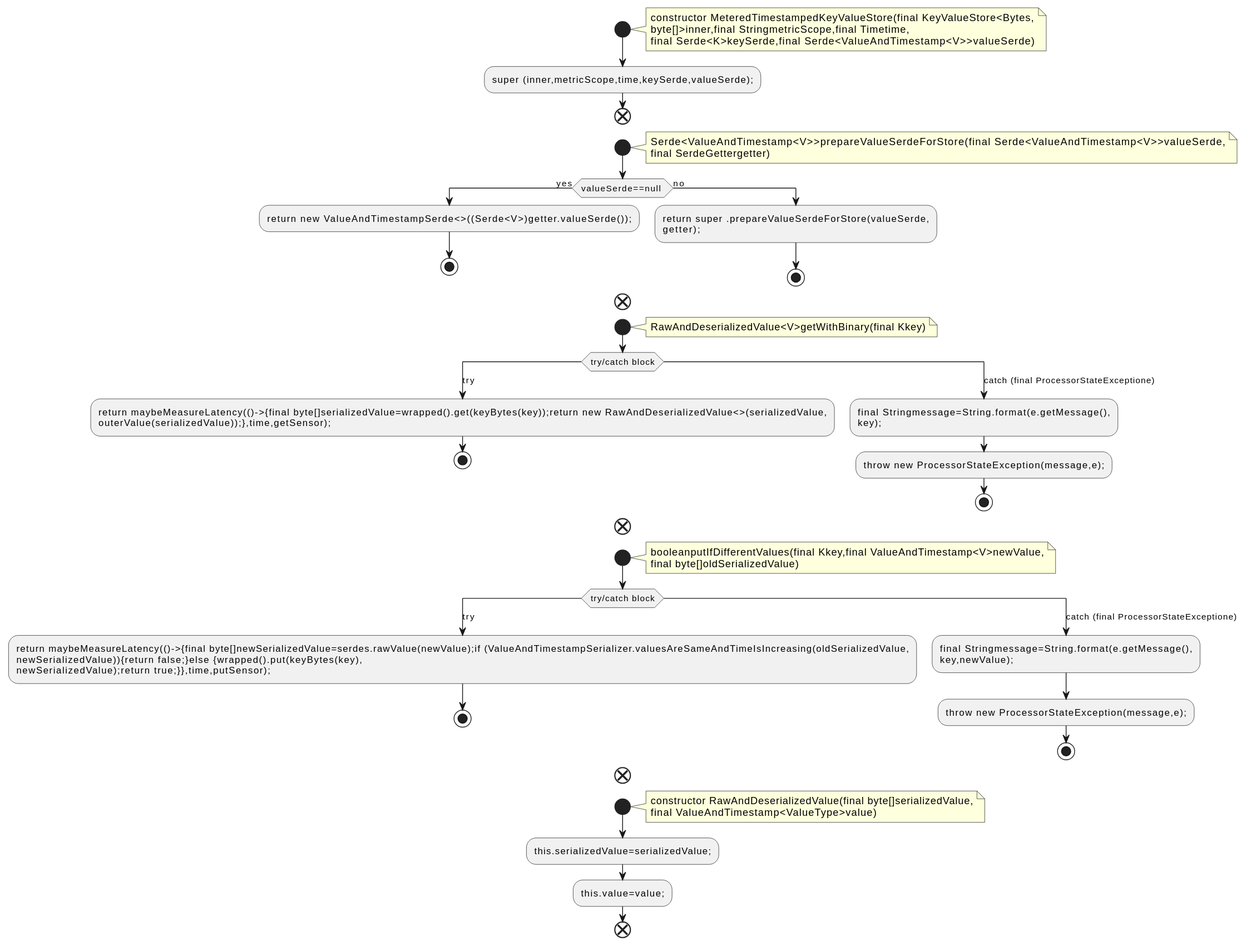
qualitesys/kafka keeps this PlantUML diagram as docs/qc/streams/src/main/java/org/apache/kafka/streams/state/internals/MeteredTimestampedKeyValueStore.java.fct.svg. Above is the earlier version.
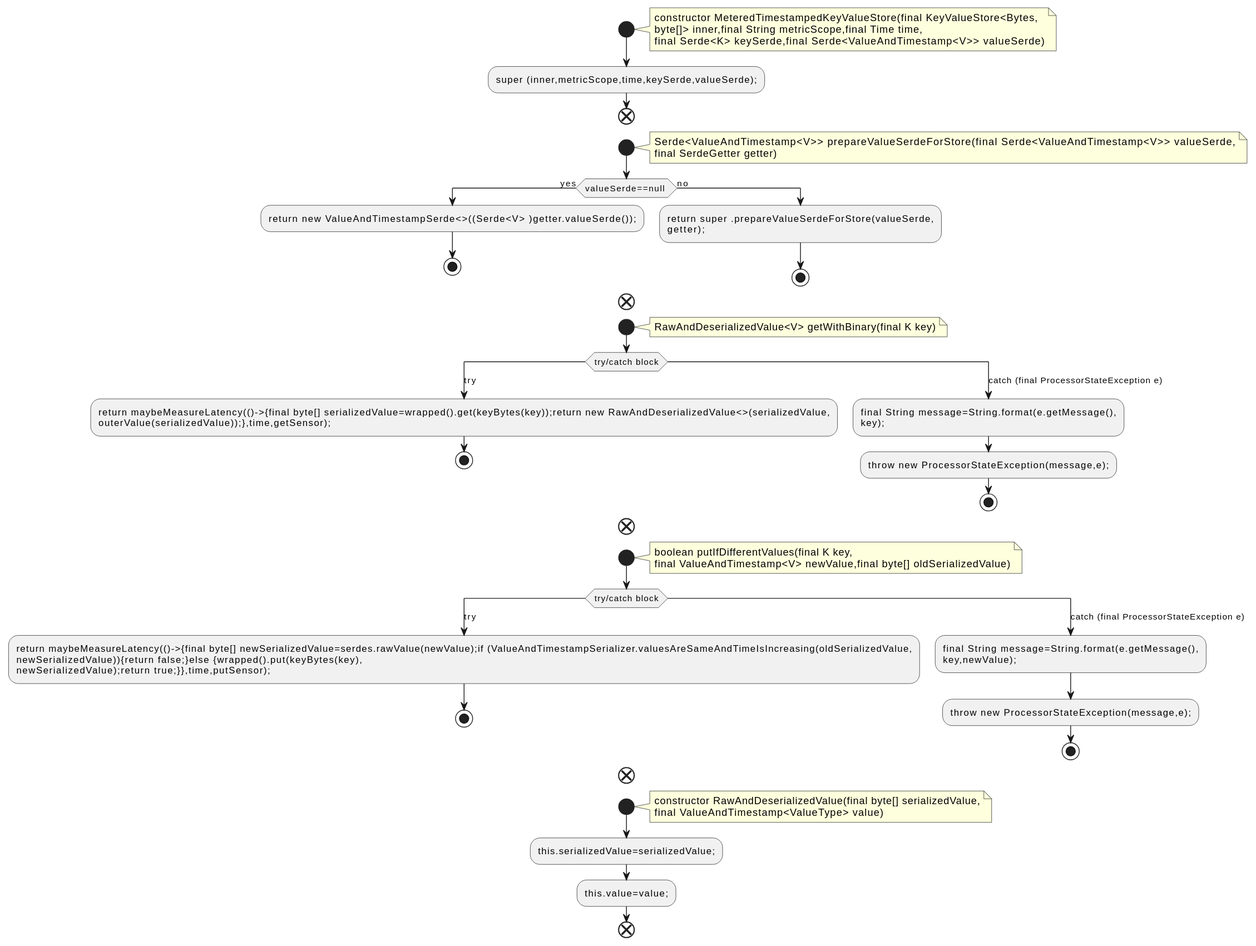
The same diagram one commit later.

Diff of the diagram source:
```diff
@@ -3,18 +3,18 @@
 start
 note right
 constructor MeteredTimestampedKeyValueStore(final KeyValueStore<Bytes,
-byte[]>inner,final StringmetricScope,final Timetime,
-final Serde<K>keySerde,final Serde<ValueAndTimestamp<V>>valueSerde)
+byte[]> inner,final String metricScope,final Time time,
+final Serde<K> keySerde,final Serde<ValueAndTimestamp<V>> valueSerde)
 end note
 :super (inner,metricScope,time,keySerde,valueSerde);;
 end
 start
 note right
-Serde<ValueAndTimestamp<V>>prepareValueSerdeForStore(final Serde<ValueAndTimestamp<V>>valueSerde,
-final SerdeGettergetter)
+Serde<ValueAndTimestamp<V>> prepareValueSerdeForStore(final Serde<ValueAndTimestamp<V>> valueSerde,
+final SerdeGetter getter)
 end note
 if (valueSerde==null ) then (yes)
-:return new ValueAndTimestampSerde<>((Serde<V>)getter.valueSerde());;
+:return new ValueAndTimestampSerde<>((Serde<V> )getter.valueSerde());;
 stop
 else (no)
 :return super .prepareValueSerdeForStore(valueSerde,
@@ -24,15 +24,15 @@
 end
 start
 note right
-RawAndDeserializedValue<V>getWithBinary(final Kkey)
+RawAndDeserializedValue<V> getWithBinary(final K key)
 end note
 switch (try/catch block)
 case (try)
-:return maybeMeasureLatency(()->{final byte[]serializedValue=wrapped().get(keyBytes(key));return new RawAndDeserializedValue<>(serializedValue,
+:return maybeMeasureLatency(()->{final byte[] serializedValue=wrapped().get(keyBytes(key));return new RawAndDeserializedValue<>(serializedValue,
 outerValue(serializedValue));},time,getSensor);;
 stop
-case (catch (final ProcessorStateExceptione))
-:final Stringmessage=String.format(e.getMessage(),
+case (catch (final ProcessorStateException e))
+:final String message=String.format(e.getMessage(),
 key);;
 :throw new ProcessorStateException(message,e);;
 stop
@@ -40,17 +40,17 @@
 end
 start
 note right
-booleanputIfDifferentValues(final Kkey,final ValueAndTimestamp<V>newValue,
-final byte[]oldSerializedValue)
+boolean putIfDifferentValues(final K key,
+final ValueAndTimestamp<V> newValue,final byte[] oldSerializedValue)
 end note
 switch (try/catch block)
 case (try)
-:return maybeMeasureLatency(()->{final byte[]newSerializedValue=serdes.rawValue(newValue);if (ValueAndTimestampSerializer.valuesAreSameAndTimeIsIncreasing(oldSerializedValue,
+:return maybeMeasureLatency(()->{final byte[] newSerializedValue=serdes.rawValue(newValue);if (ValueAndTimestampSerializer.valuesAreSameAndTimeIsIncreasing(oldSerializedValue,
 newSerializedValue)){return false;}else {wrapped().put(keyBytes(key),
 newSerializedValue);return true;}},time,putSensor);;
 stop
-case (catch (final ProcessorStateExceptione))
-:final Stringmessage=String.format(e.getMessage(),
+case (catch (final ProcessorStateException e))
+:final String message=String.format(e.getMessage(),
 key,newValue);;
 :throw new ProcessorStateException(message,e);;
 stop
@@ -58,8 +58,8 @@
 end
 start
 note right
-constructor RawAndDeserializedValue(final byte[]serializedValue,
-final ValueAndTimestamp<ValueType>value)
+constructor RawAndDeserializedValue(final byte[] serializedValue,
+final ValueAndTimestamp<ValueType> value)
 end note
 :this.serializedValue=serializedValue;;
 :this.value=value;;
```
